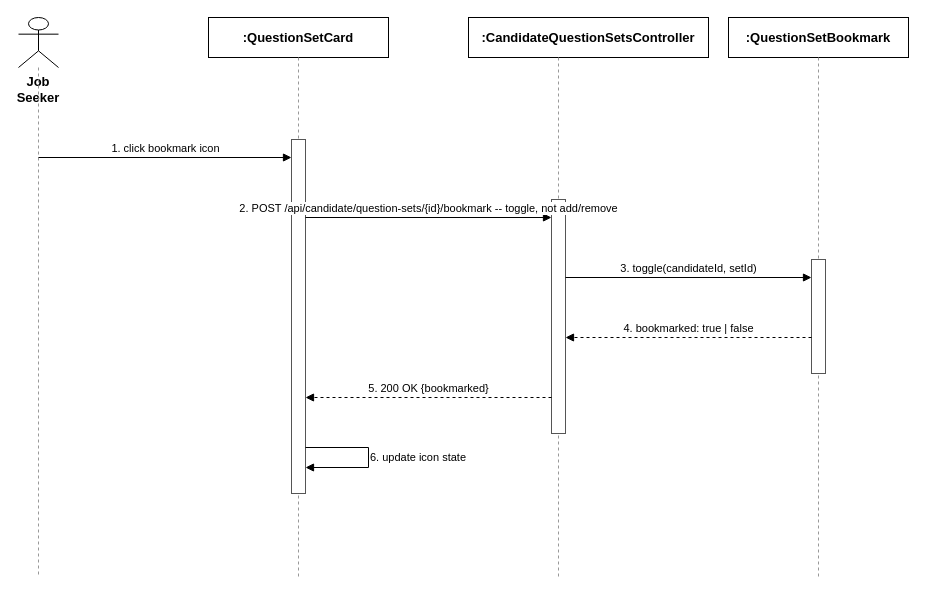
This is docs/qa/Tu_SequenceDiagram/04_Bookmark_or_Unbookmark_Question_Set.drawio from tulklk/AI_Interview_Question_Generation_RAG_LLM_FE, a draw.io file, before an edit. Source tidied: cells renumbered, new cells numbered last; positions are measured from the earlier drawing's top-left corner, leaving out a move shared by most shapes. Both pictures are drawn from the tidied source at 100%, with x=0, y=0 at pixel (18, 17).
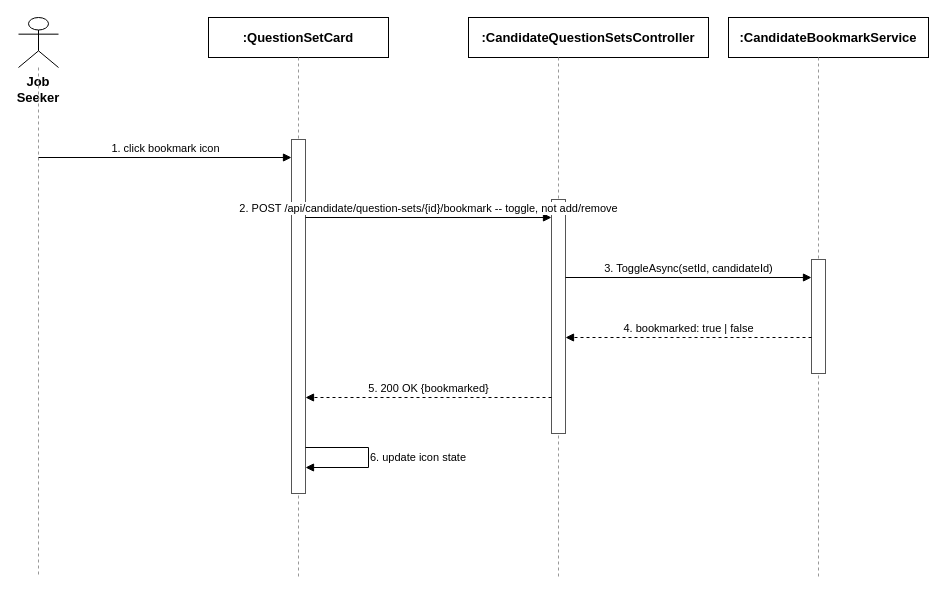
The same diagram, later.

What changed in the source:
```diff
@@
-    <mxCell id="8" value=":QuestionSetBookmark" style="rounded=0;whiteSpace=wrap;html=1;fontSize=13;fillColor=#ffffff;strokeColor=#000000;fontStyle=1;" parent="1" vertex="1">
-      <mxGeometry x="710" width="180" height="40" as="geometry" />
+    <mxCell id="8" value=":CandidateBookmarkService" style="rounded=0;whiteSpace=wrap;html=1;fontSize=13;fillColor=#ffffff;strokeColor=#000000;fontStyle=1;" parent="1" vertex="1">
+      <mxGeometry x="710" width="200" height="40" as="geometry" />
     </mxCell>
@@
-    <mxCell id="15" value="3. toggle(candidateId, setId)" style="endArrow=block;endFill=1;html=1;fontSize=11;align=center;verticalAlign=bottom;labelBackgroundColor=#ffffff;strokeColor=#000000;" parent="1" edge="1">
+    <mxCell id="15" value="3. ToggleAsync(setId, candidateId)" style="endArrow=block;endFill=1;html=1;fontSize=11;align=center;verticalAlign=bottom;labelBackgroundColor=#ffffff;strokeColor=#000000;" parent="1" edge="1">
       <mxGeometry relative="1" as="geometry">
         <mxPoint x="547" y="260" as="sourcePoint" />
         <mxPoint x="793" y="260" as="targetPoint" />
       </mxGeometry>
     </mxCell>
```
